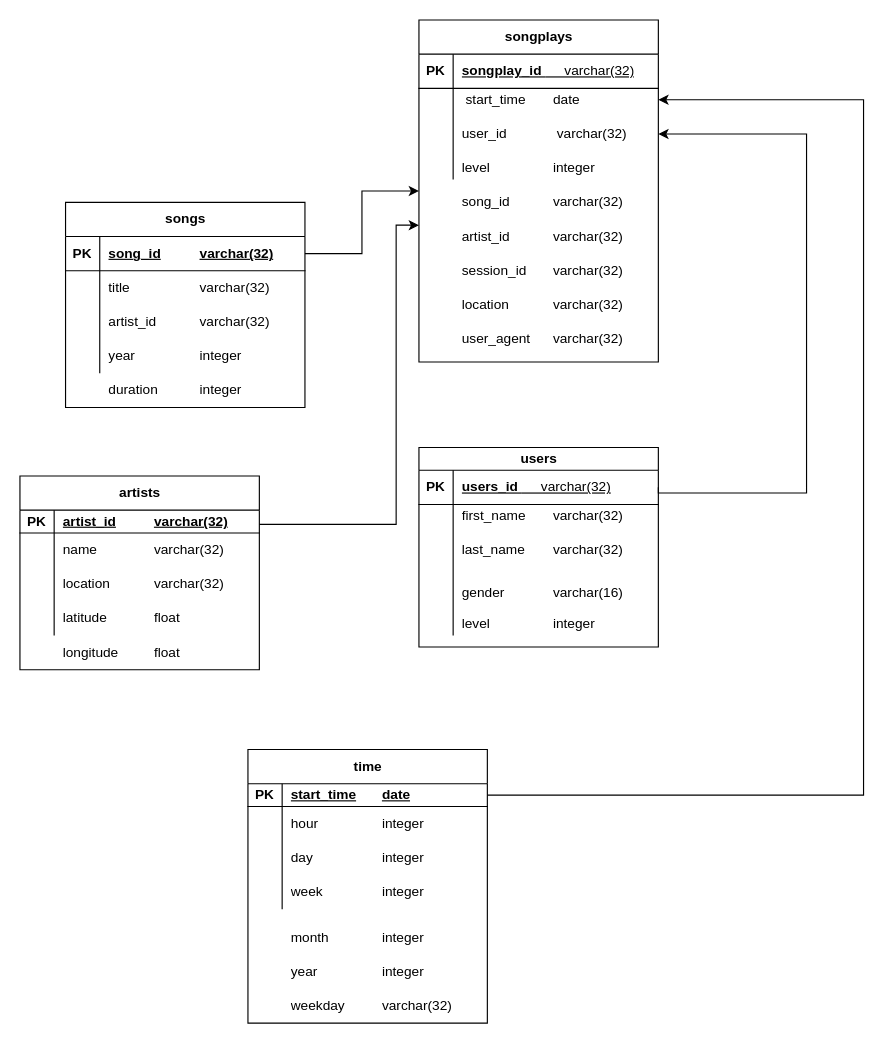
The draw.io diagram schema.drawio in julia189/udacity-dwh-project, before the edit. Source tidied: cells renumbered, new cells numbered last; positions are measured from the earlier drawing's top-left corner, leaving out a move shared by most shapes. Both pictures are drawn from the tidied source at 114%, with x=0, y=0 at pixel (19, 19).
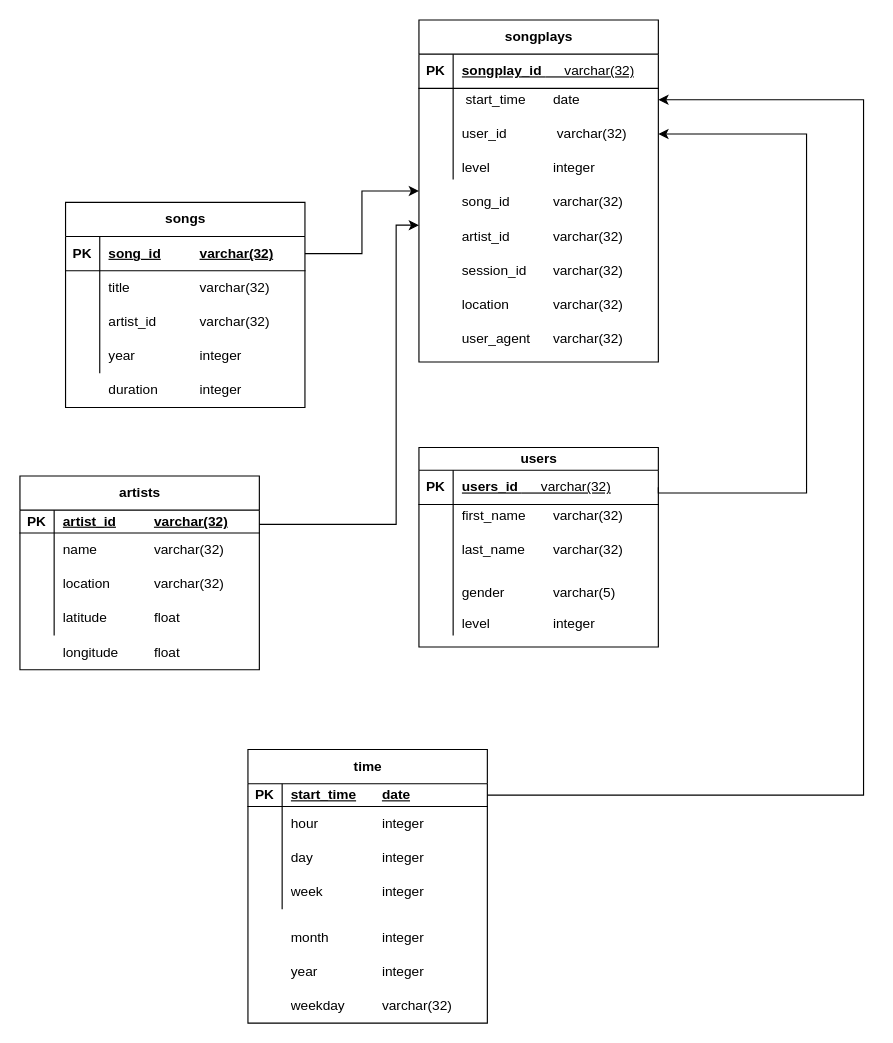
The same diagram, later.

The change refers to these unchanged cells:
```xml
<mxCell id="30" style="shape=tableRow;horizontal=0;startSize=0;swimlaneHead=0;swimlaneBody=0;fillColor=none;top=0;left=0;right=0;bottom=0;" parent="20" vertex="1">
  <mxGeometry y="110" width="210" height="35" as="geometry" />
</mxCell>
```

What changed in the source:
```diff
@@
-    <mxCell id="32" value="gender&lt;span style=&quot;white-space: pre;&quot;&gt;&#9;&lt;/span&gt;&lt;span style=&quot;white-space: pre;&quot;&gt;&#9;&lt;/span&gt;varchar(16)" style="shape=partialRectangle;fillColor=none;top=0;left=0;bottom=0;right=0;align=left;spacingLeft=6;overflow=hidden;whiteSpace=wrap;html=1;" parent="30" vertex="1">
+    <mxCell id="32" value="gender&lt;span style=&quot;white-space: pre;&quot;&gt;&#9;&lt;/span&gt;&lt;span style=&quot;white-space: pre;&quot;&gt;&#9;&lt;/span&gt;varchar(5)" style="shape=partialRectangle;fillColor=none;top=0;left=0;bottom=0;right=0;align=left;spacingLeft=6;overflow=hidden;whiteSpace=wrap;html=1;" parent="30" vertex="1">
       <mxGeometry x="30" width="180" height="35" as="geometry" />
     </mxCell>
```
